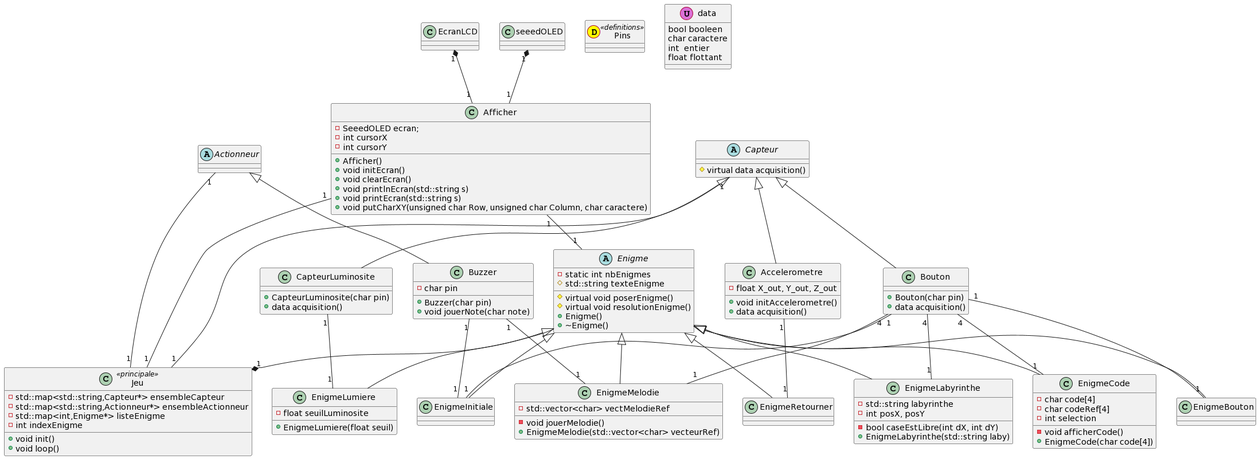
G-DeFreitas/BE_CPP keeps this PlantUML diagram as dclass.png. Above is the earlier version.
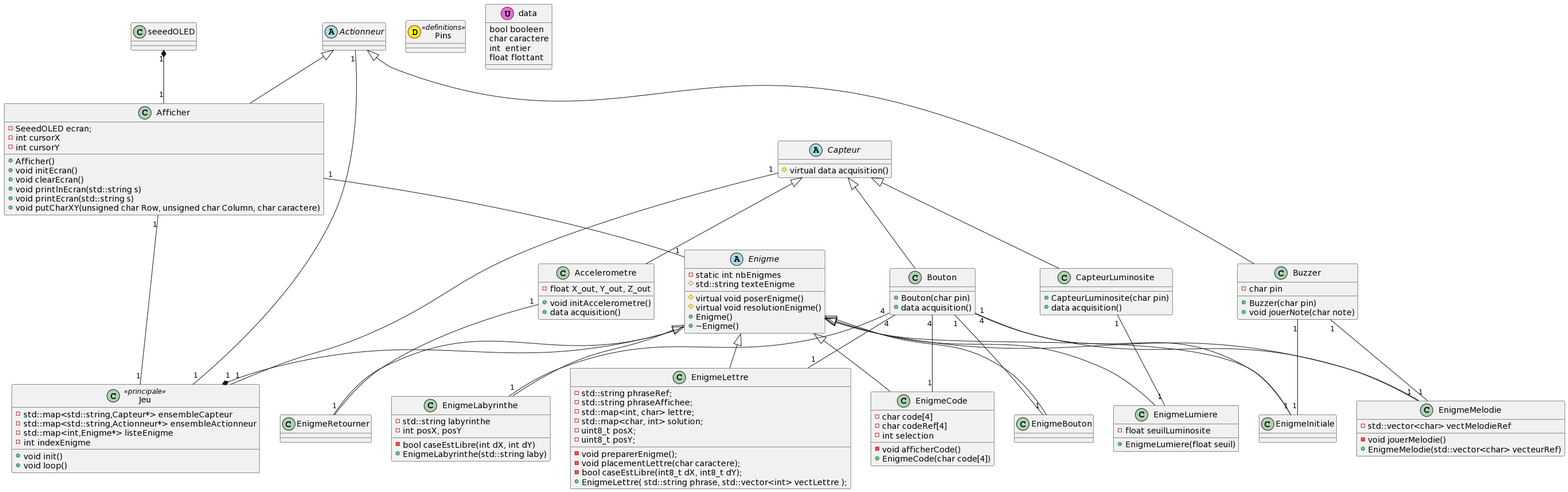
After the commit.

Commit message:
changement image dclass

The edit, as a diff of the source:
```diff
@@ -35,6 +35,18 @@
 - int posX, posY
 - bool caseEstLibre(int dX, int dY)
 + EnigmeLabyrinthe(std::string laby)
+}
+class EnigmeLettre{
+- std::string phraseRef;
+- std::string phraseAffichee;
+- std::map<int, char> lettre;
+- std::map<char, int> solution;
+- uint8_t posX;
+- uint8_t posY;
+- void preparerEnigme();
+- void placementLettre(char caractere);
+- bool caseEstLibre(int8_t dX, int8_t dY);
++ EnigmeLettre( std::string phrase, std::vector<int> vectLettre );
 }
 class EnigmeCode{
 - char code[4]
@@ -78,7 +90,6 @@
 
 
 abstract class Actionneur
-class EcranLCD
 class seeedOLED
 class Buzzer {
 - char pin
@@ -107,6 +118,7 @@
 Enigme <|-down- EnigmeLabyrinthe
 Enigme <|-down- EnigmeCode
 Enigme <|-down- EnigmeBouton
+Enigme <|-down- EnigmeLettre
 
 
 
@@ -115,14 +127,15 @@
 EnigmeMelodie     "1" -up- "1"  Buzzer
 EnigmeLumiere   "1" -up- "1"  CapteurLuminosite
 EnigmeLabyrinthe     "1" -up- "4"  Bouton
+EnigmeLettre     "1" -up- "4"  Bouton
 EnigmeInitiale     "1" -up- "1"  Bouton
 EnigmeInitiale     "1" -up- "1"  Buzzer
 EnigmeCode     "1" -up- "4"  Bouton
 EnigmeBouton     "1" -up- "1"  Bouton
 
 Actionneur <|-down- Buzzer
+Actionneur <|-down- Afficher
 
-EcranLCD "1" *-down- "1" Afficher
 seeedOLED "1" *-down- "1" Afficher
 
 Capteur <|-down- Bouton
```
